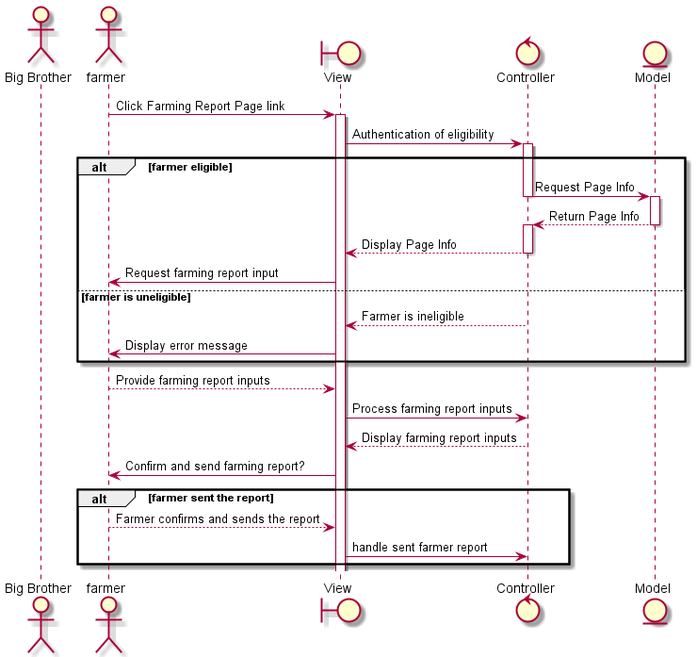
This is out/plantuml/proposed/sequence/overview-report/overview-report.png from radical-doubting/anikultura-diagrams, a PlantUML export, as it was before one commit.
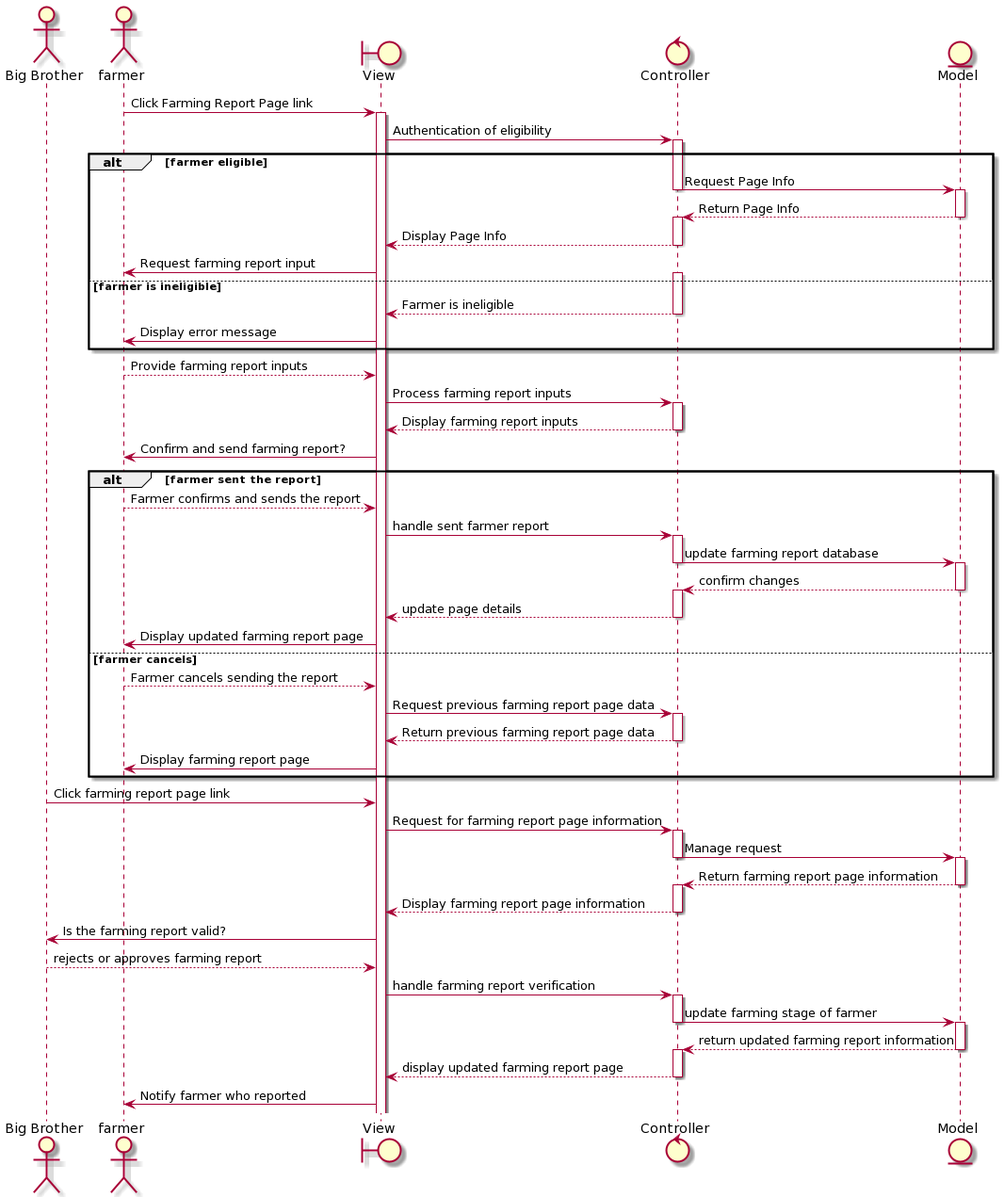
Later version of the same file.

What changed in the source:
```diff
@@ -1,5 +1,4 @@
 @startuml
-
 actor "Big Brother" as bigbro
 actor farmer as farmer
 boundary View as view
@@ -25,30 +24,66 @@
     deactivate controller
 
     view -> farmer: Request farming report input
+    activate controller
 
-else farmer is uneligible
+else farmer is ineligible
     controller --> view: Farmer is ineligible
+    deactivate controller
     view -> farmer: Display error message
 end
 
 farmer --> view: Provide farming report inputs
 view -> controller: Process farming report inputs
+activate controller
 controller --> view: Display farming report inputs
+deactivate controller
 view -> farmer: Confirm and send farming report?
 
 alt farmer sent the report
 
-farmer --> view: Farmer confirms and sends the report
-view -> controller: handle sent farmer report
-
-
+    farmer --> view: Farmer confirms and sends the report
+    view -> controller: handle sent farmer report
+    activate controller
+    controller -> model: update farming report database
+    deactivate controller
+    activate model
+    model --> controller: confirm changes
+    deactivate model
+    activate controller
+    controller --> view: update page details
+    deactivate controller
+    view -> farmer: Display updated farming report page
+else farmer cancels
+    farmer --> view: Farmer cancels sending the report
+    view -> controller: Request previous farming report page data
+    activate controller
+    controller --> view: Return previous farming report page data
+    deactivate controller
+    view -> farmer: Display farming report page
 end
 
-
-
-
-
-
-
-
+bigbro -> view: Click farming report page link
+view -> controller: Request for farming report page information
+activate controller
+controller -> model: Manage request
+deactivate controller
+activate model
+model --> controller: Return farming report page information
+deactivate model
+activate controller
+controller --> view: Display farming report page information
+deactivate controller
+view -> bigbro: Is the farming report valid?
+bigbro --> view: rejects or approves farming report
+view -> controller: handle farming report verification
+activate controller
+controller -> model: update farming stage of farmer
+deactivate controller
+activate model
+model --> controller: return updated farming report information
+deactivate model
+activate controller
+controller --> view: display updated farming report page
+deactivate controller
+view -> farmer: Notify farmer who reported
 @enduml
```
